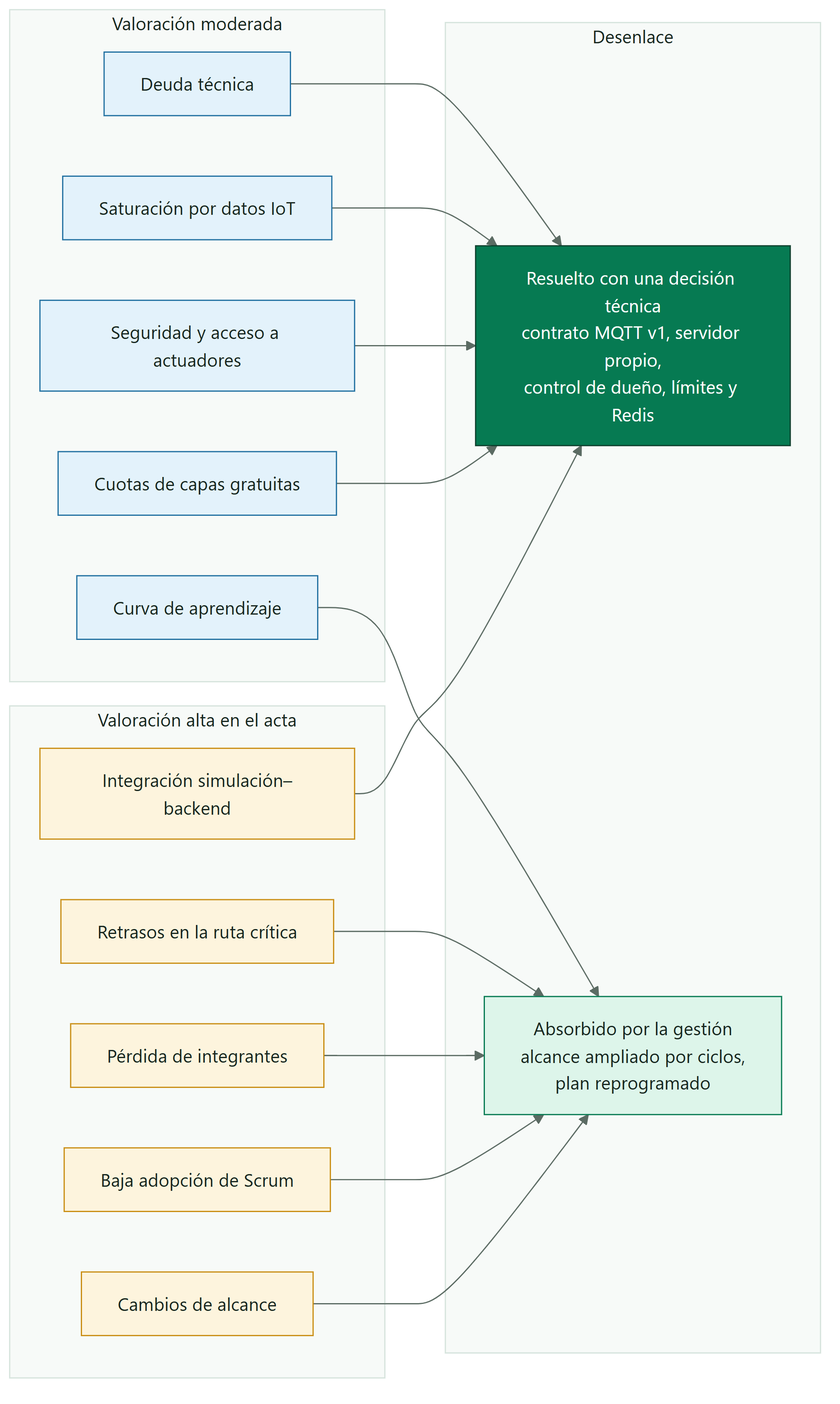
Above: docs/diagrams/SmartPot_25_Risk_Outcomes.png in SmartPotTech/.github (Mermaid), before the change. Its source is kept beside it as docs/diagrams/SmartPot_25_Risk_Outcomes.mmd. Its diagram source:
```mermaid
%%{init: {"theme": "base", "fontFamily": "Segoe UI, Arial, sans-serif", "themeVariables": {"fontFamily": "Segoe UI, Arial, sans-serif", "fontSize": "15px", "primaryColor": "#DDF5EA", "primaryTextColor": "#17261F", "primaryBorderColor": "#067A52", "secondaryColor": "#E3F2FB", "secondaryTextColor": "#17261F", "secondaryBorderColor": "#1F6FA0", "tertiaryColor": "#F2F7F4", "tertiaryTextColor": "#17261F", "tertiaryBorderColor": "#D5E3DC", "lineColor": "#5B6B63", "textColor": "#17261F", "mainBkg": "#DDF5EA", "nodeBorder": "#067A52", "clusterBkg": "#F7FAF8", "clusterBorder": "#D5E3DC", "edgeLabelBackground": "#FFFFFF", "actorBkg": "#067A52", "actorBorder": "#0B3D2B", "actorTextColor": "#FFFFFF", "actorLineColor": "#5B6B63", "signalColor": "#17261F", "signalTextColor": "#17261F", "labelBoxBkgColor": "#0B3D2B", "labelBoxBorderColor": "#0B3D2B", "labelTextColor": "#FFFFFF", "loopTextColor": "#0B3D2B", "noteBkgColor": "#FDF4DD", "noteBorderColor": "#C98D12", "noteTextColor": "#17261F", "activationBkgColor": "#DDF5EA", "activationBorderColor": "#067A52", "attributeBackgroundColorOdd": "#FFFFFF", "attributeBackgroundColorEven": "#F2F7F4"}}}%%
flowchart LR
  subgraph altos["Valoración alta en el acta"]
    r1["Integración simulación–backend"]
    r2["Cambios de alcance"]
    r3["Baja adopción de Scrum"]
    r4["Pérdida de integrantes"]
    r5["Retrasos en la ruta crítica"]
  end
  subgraph moderados["Valoración moderada"]
    r6["Curva de aprendizaje"]
    r7["Deuda técnica"]
    r8["Cuotas de capas gratuitas"]
    r9["Seguridad y acceso a actuadores"]
    r10["Saturación por datos IoT"]
  end
  subgraph desenlace["Desenlace"]
    ok["Resuelto con una decisión técnica<br/>contrato MQTT v1, servidor propio,<br/>control de dueño, límites y Redis"]
    parcial["Absorbido por la gestión<br/>alcance ampliado por ciclos,<br/>plan reprogramado"]
  end
  r1 & r8 & r9 & r10 & r7 --> ok
  r2 & r3 & r4 & r5 & r6 --> parcial
  classDef leaf fill:#DDF5EA,stroke:#067A52,color:#17261F
  classDef water fill:#E3F2FB,stroke:#1F6FA0,color:#17261F
  classDef sun fill:#FDF4DD,stroke:#C98D12,color:#17261F
  classDef clay fill:#FBE9E1,stroke:#B85A38,color:#17261F
  classDef core fill:#067A52,stroke:#0B3D2B,color:#FFFFFF
  classDef deep fill:#0B3D2B,stroke:#06281C,color:#FFFFFF
  classDef muted fill:#F2F7F4,stroke:#5B6B63,color:#17261F
  class r1,r2,r3,r4,r5 sun
  class r6,r7,r8,r9,r10 water
  class ok core
  class parcial leaf
```
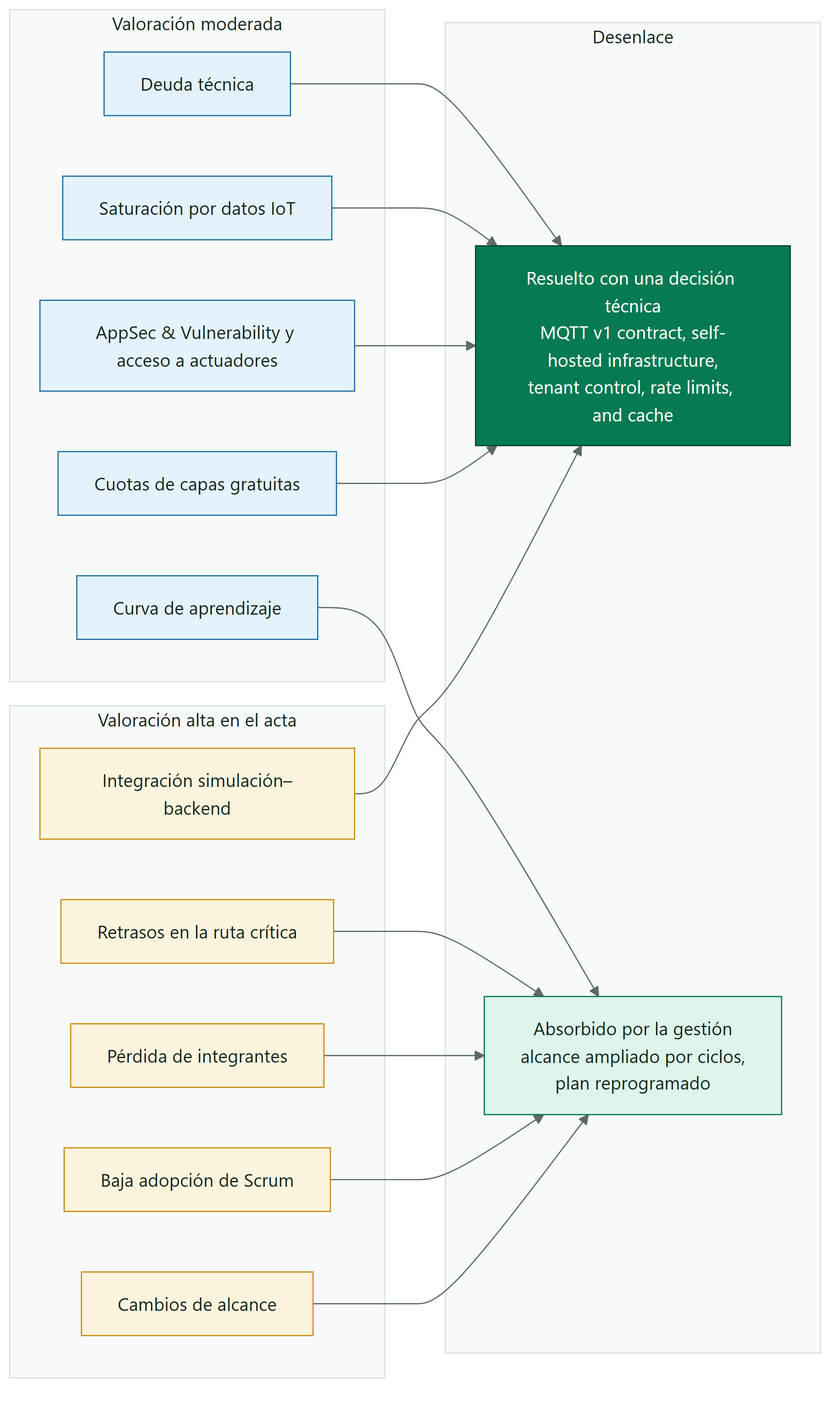
After the commit.

The edit, as a diff of the source:
```diff
@@ -11,11 +11,11 @@
     r6["Curva de aprendizaje"]
     r7["Deuda técnica"]
     r8["Cuotas de capas gratuitas"]
-    r9["Seguridad y acceso a actuadores"]
+    r9["AppSec & Vulnerability y acceso a actuadores"]
     r10["Saturación por datos IoT"]
   end
   subgraph desenlace["Desenlace"]
-    ok["Resuelto con una decisión técnica<br/>contrato MQTT v1, servidor propio,<br/>control de dueño, límites y Redis"]
+    ok["Resuelto con una decisión técnica<br/>MQTT v1 contract, self-hosted infrastructure,<br/>tenant control, rate limits, and cache"]
     parcial["Absorbido por la gestión<br/>alcance ampliado por ciclos,<br/>plan reprogramado"]
   end
   r1 & r8 & r9 & r10 & r7 --> ok
```
